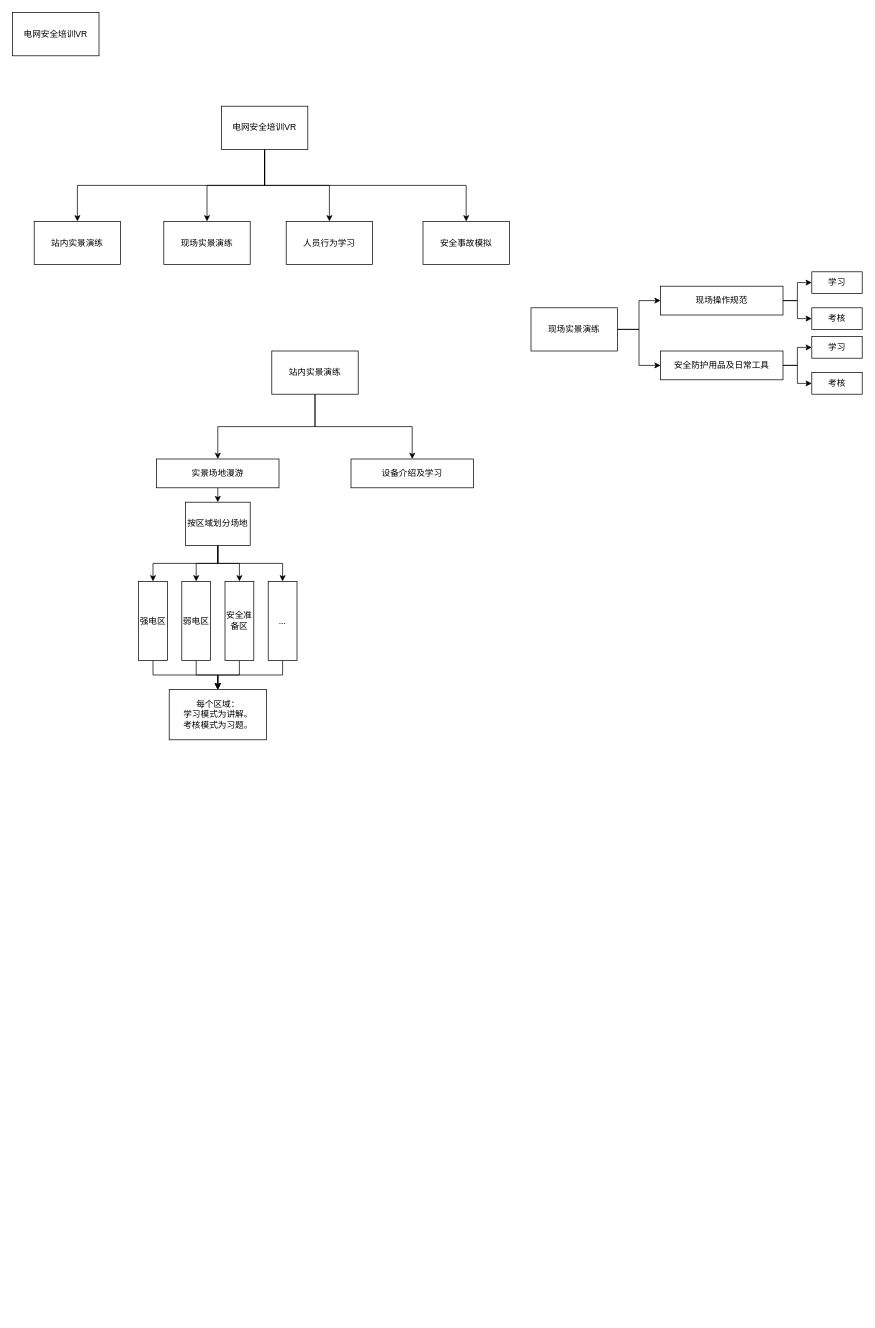
Before: Choor电网安全VR.drawio in 15140252710/OneGithubProject, a draw.io diagram. Source tidied: cells renumbered, new cells numbered last; positions are measured from the earlier drawing's top-left corner, leaving out a move shared by most shapes. Both pictures are drawn from the tidied source at 72%, with x=0, y=0 at pixel (12, 12).
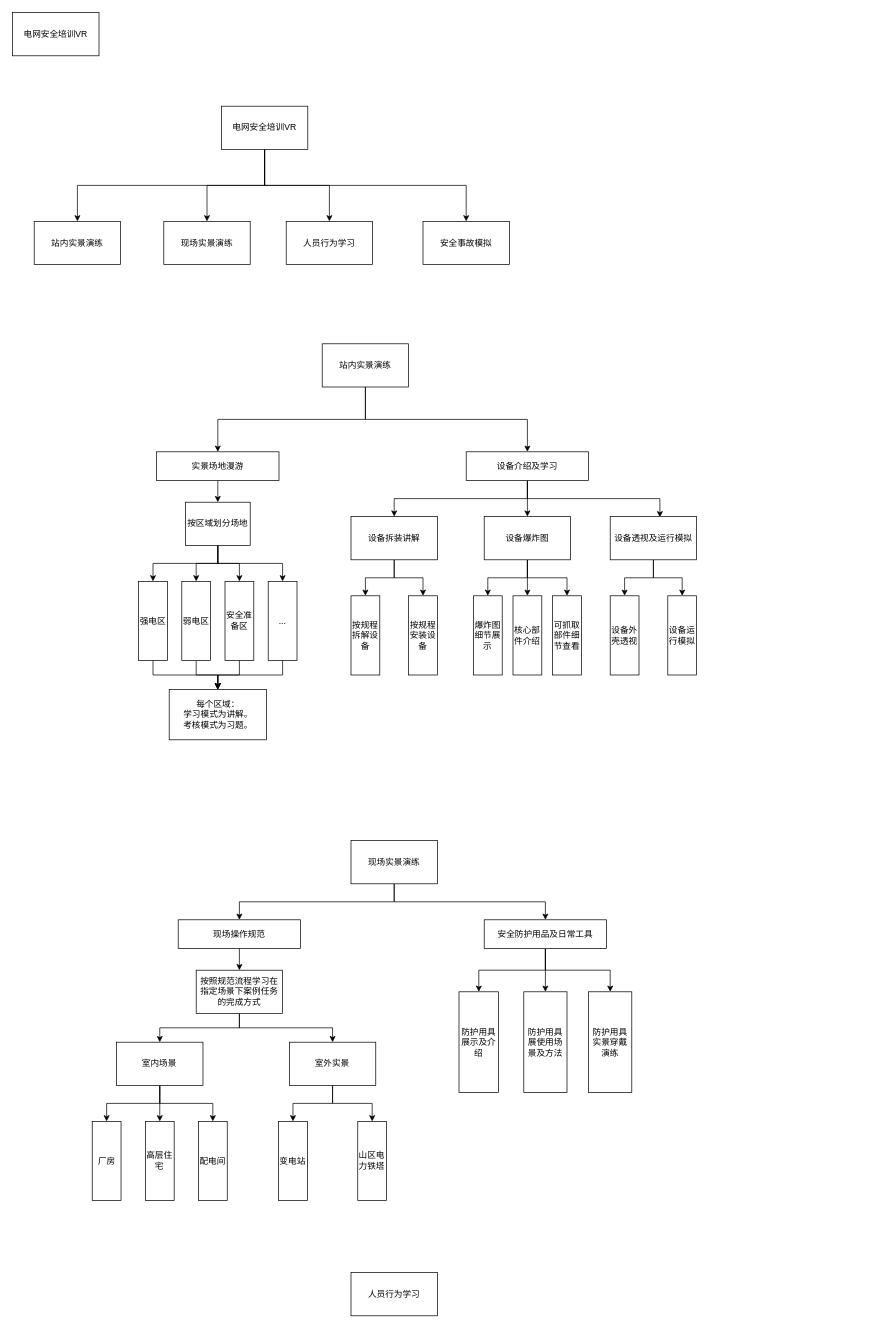
The same page after the edit.

The edit, as a diff of the source:
```diff
@@
     <mxCell id="13" value="&lt;font style=&quot;font-size: 12px&quot;&gt;实景场地漫游&lt;/font&gt;" style="rounded=0;whiteSpace=wrap;html=1;" parent="1" vertex="1">
-      <mxGeometry x="200" y="620" width="170" height="40" as="geometry" />
+      <mxGeometry x="200" y="610" width="170" height="40" as="geometry" />
     </mxCell>
@@
     <mxCell id="16" value="站内实景演练" style="rounded=0;whiteSpace=wrap;html=1;" parent="1" vertex="1">
-      <mxGeometry x="360" y="470" width="120" height="60" as="geometry" />
+      <mxGeometry x="430" y="460" width="120" height="60" as="geometry" />
     </mxCell>
+    <mxCell id="45" style="edgeStyle=orthogonalEdgeStyle;rounded=0;jettySize=auto;html=1;exitX=0.5;exitY=1;exitDx=0;exitDy=0;" parent="1" edge="1" source="17" target="58">
+      <mxGeometry relative="1" as="geometry" />
+    </mxCell>
+    <mxCell id="46" style="edgeStyle=orthogonalEdgeStyle;rounded=0;jettySize=auto;html=1;exitX=0.5;exitY=1;exitDx=0;exitDy=0;entryX=0.5;entryY=0;entryDx=0;entryDy=0;" parent="1" edge="1" source="17" target="55">
+      <mxGeometry relative="1" as="geometry" />
+    </mxCell>
+    <mxCell id="47" style="edgeStyle=orthogonalEdgeStyle;rounded=0;jettySize=auto;html=1;exitX=0.5;exitY=1;exitDx=0;exitDy=0;entryX=0.575;entryY=0.017;entryDx=0;entryDy=0;entryPerimeter=0;" parent="1" edge="1" source="17" target="61">
+      <mxGeometry relative="1" as="geometry" />
+    </mxCell>
     <mxCell id="17" value="&lt;font style=&quot;font-size: 12px&quot;&gt;设备介绍及学习&lt;/font&gt;" style="rounded=0;whiteSpace=wrap;html=1;" parent="1" vertex="1">
-      <mxGeometry x="470" y="620" width="170" height="40" as="geometry" />
+      <mxGeometry x="630" y="610" width="170" height="40" as="geometry" />
     </mxCell>
-    <mxCell id="18" style="edgeStyle=orthogonalEdgeStyle;rounded=0;jettySize=auto;html=1;exitX=1;exitY=0.5;exitDx=0;exitDy=0;entryX=0;entryY=0.5;entryDx=0;entryDy=0;" parent="1" edge="1" source="20" target="24">
-      <mxGeometry relative="1" as="geometry" />
-    </mxCell>
-    <mxCell id="19" style="edgeStyle=orthogonalEdgeStyle;rounded=0;jettySize=auto;html=1;exitX=1;exitY=0.5;exitDx=0;exitDy=0;entryX=0;entryY=0.5;entryDx=0;entryDy=0;" parent="1" edge="1" source="20" target="25">
-      <mxGeometry relative="1" as="geometry" />
-    </mxCell>
+    <mxCell id="48" style="edgeStyle=orthogonalEdgeStyle;rounded=0;jettySize=auto;html=1;exitX=0.5;exitY=1;exitDx=0;exitDy=0;entryX=0.5;entryY=0;entryDx=0;entryDy=0;" parent="1" edge="1" source="20" target="83">
+      <mxGeometry relative="1" as="geometry" />
+    </mxCell>
     <mxCell id="20" value="&lt;font style=&quot;font-size: 12px&quot;&gt;现场操作规范&lt;/font&gt;" style="rounded=0;whiteSpace=wrap;html=1;" parent="1" vertex="1">
-      <mxGeometry x="900" y="380" width="170" height="40" as="geometry" />
+      <mxGeometry x="230" y="1260" width="170" height="40" as="geometry" />
     </mxCell>
+    <mxCell id="22" style="edgeStyle=orthogonalEdgeStyle;rounded=0;jettySize=auto;html=1;exitX=0.5;exitY=1;exitDx=0;exitDy=0;entryX=0.5;entryY=0;entryDx=0;entryDy=0;" parent="1" edge="1" source="23" target="28">
+      <mxGeometry relative="1" as="geometry" />
+    </mxCell>
-    <mxCell id="21" style="edgeStyle=orthogonalEdgeStyle;rounded=0;jettySize=auto;html=1;exitX=1;exitY=0.5;exitDx=0;exitDy=0;entryX=0;entryY=0.5;entryDx=0;entryDy=0;" parent="1" edge="1" source="23" target="20">
+    <mxCell id="21" style="edgeStyle=orthogonalEdgeStyle;rounded=0;jettySize=auto;html=1;exitX=0.5;exitY=1;exitDx=0;exitDy=0;" parent="1" edge="1" source="23" target="20">
       <mxGeometry relative="1" as="geometry" />
     </mxCell>
-    <mxCell id="22" style="edgeStyle=orthogonalEdgeStyle;rounded=0;jettySize=auto;html=1;exitX=1;exitY=0.5;exitDx=0;exitDy=0;entryX=0;entryY=0.5;entryDx=0;entryDy=0;" parent="1" edge="1" source="23" target="28">
-      <mxGeometry relative="1" as="geometry" />
-    </mxCell>
     <mxCell id="23" value="现场实景演练" style="rounded=0;whiteSpace=wrap;html=1;" parent="1" vertex="1">
-      <mxGeometry x="720" y="410" width="120" height="60" as="geometry" />
+      <mxGeometry x="470" y="1150" width="120" height="60" as="geometry" />
     </mxCell>
-    <mxCell id="24" value="&lt;font style=&quot;font-size: 12px&quot;&gt;学习&lt;/font&gt;" style="rounded=0;whiteSpace=wrap;html=1;" parent="1" vertex="1">
-      <mxGeometry x="1110" y="360" width="70" height="30" as="geometry" />
-    </mxCell>
-    <mxCell id="25" value="&lt;font style=&quot;font-size: 12px&quot;&gt;考核&lt;/font&gt;" style="rounded=0;whiteSpace=wrap;html=1;" parent="1" vertex="1">
-      <mxGeometry x="1110" y="410" width="70" height="30" as="geometry" />
-    </mxCell>
-    <mxCell id="26" style="edgeStyle=orthogonalEdgeStyle;rounded=0;jettySize=auto;html=1;exitX=1;exitY=0.5;exitDx=0;exitDy=0;entryX=0;entryY=0.5;entryDx=0;entryDy=0;" parent="1" edge="1" source="28" target="29">
-      <mxGeometry relative="1" as="geometry" />
-    </mxCell>
-    <mxCell id="27" style="edgeStyle=orthogonalEdgeStyle;rounded=0;jettySize=auto;html=1;exitX=1;exitY=0.5;exitDx=0;exitDy=0;entryX=0;entryY=0.5;entryDx=0;entryDy=0;" parent="1" edge="1" source="28" target="30">
-      <mxGeometry relative="1" as="geometry" />
-    </mxCell>
+    <mxCell id="49" style="edgeStyle=orthogonalEdgeStyle;rounded=0;jettySize=auto;html=1;exitX=0.5;exitY=1;exitDx=0;exitDy=0;entryX=0.5;entryY=0;entryDx=0;entryDy=0;" parent="1" edge="1" source="28" target="84">
+      <mxGeometry relative="1" as="geometry" />
+    </mxCell>
+    <mxCell id="50" style="edgeStyle=orthogonalEdgeStyle;rounded=0;jettySize=auto;html=1;exitX=0.5;exitY=1;exitDx=0;exitDy=0;entryX=0.5;entryY=0;entryDx=0;entryDy=0;" parent="1" edge="1" source="28" target="85">
+      <mxGeometry relative="1" as="geometry" />
+    </mxCell>
+    <mxCell id="51" style="edgeStyle=orthogonalEdgeStyle;rounded=0;jettySize=auto;html=1;exitX=0.5;exitY=1;exitDx=0;exitDy=0;entryX=0.5;entryY=0;entryDx=0;entryDy=0;" parent="1" edge="1" source="28" target="86">
+      <mxGeometry relative="1" as="geometry" />
+    </mxCell>
     <mxCell id="28" value="&lt;font face=&quot;宋体&quot;&gt;安全防护用品及日常工具&lt;/font&gt;" style="rounded=0;whiteSpace=wrap;html=1;" parent="1" vertex="1">
-      <mxGeometry x="900" y="470" width="170" height="40" as="geometry" />
+      <mxGeometry x="655" y="1260" width="170" height="40" as="geometry" />
     </mxCell>
-    <mxCell id="29" value="&lt;font style=&quot;font-size: 12px&quot;&gt;学习&lt;/font&gt;" style="rounded=0;whiteSpace=wrap;html=1;" parent="1" vertex="1">
-      <mxGeometry x="1110" y="450" width="70" height="30" as="geometry" />
-    </mxCell>
-    <mxCell id="30" value="&lt;font style=&quot;font-size: 12px&quot;&gt;考核&lt;/font&gt;" style="rounded=0;whiteSpace=wrap;html=1;" parent="1" vertex="1">
-      <mxGeometry x="1110" y="500" width="70" height="30" as="geometry" />
-    </mxCell>
@@
+    <mxCell id="52" style="edgeStyle=orthogonalEdgeStyle;rounded=0;jettySize=auto;html=1;exitX=0.5;exitY=1;exitDx=0;exitDy=0;entryX=0.5;entryY=0;entryDx=0;entryDy=0;" parent="1" edge="1" source="55" target="62">
+      <mxGeometry relative="1" as="geometry" />
+    </mxCell>
+    <mxCell id="53" style="edgeStyle=orthogonalEdgeStyle;rounded=0;jettySize=auto;html=1;exitX=0.5;exitY=1;exitDx=0;exitDy=0;entryX=0.5;entryY=0;entryDx=0;entryDy=0;" parent="1" edge="1" source="55" target="63">
+      <mxGeometry relative="1" as="geometry" />
+    </mxCell>
+    <mxCell id="54" style="edgeStyle=orthogonalEdgeStyle;rounded=0;jettySize=auto;html=1;exitX=0.5;exitY=1;exitDx=0;exitDy=0;entryX=0.5;entryY=0;entryDx=0;entryDy=0;" parent="1" edge="1" source="55" target="64">
+      <mxGeometry relative="1" as="geometry" />
+    </mxCell>
+    <mxCell id="55" value="设备爆炸图" style="rounded=0;whiteSpace=wrap;html=1;" parent="1" vertex="1">
+      <mxGeometry x="655" y="700" width="120" height="60" as="geometry" />
+    </mxCell>
+    <mxCell id="56" style="edgeStyle=orthogonalEdgeStyle;rounded=0;jettySize=auto;html=1;exitX=0.5;exitY=1;exitDx=0;exitDy=0;entryX=0.5;entryY=0;entryDx=0;entryDy=0;" parent="1" edge="1" source="58" target="65">
+      <mxGeometry relative="1" as="geometry" />
+    </mxCell>
+    <mxCell id="57" style="edgeStyle=orthogonalEdgeStyle;rounded=0;jettySize=auto;html=1;exitX=0.5;exitY=1;exitDx=0;exitDy=0;entryX=0.5;entryY=0;entryDx=0;entryDy=0;" parent="1" edge="1" source="58" target="66">
+      <mxGeometry relative="1" as="geometry" />
+    </mxCell>
+    <mxCell id="58" value="设备拆装讲解" style="rounded=0;whiteSpace=wrap;html=1;" parent="1" vertex="1">
+      <mxGeometry x="470" y="700" width="120" height="60" as="geometry" />
+    </mxCell>
+    <mxCell id="59" style="edgeStyle=orthogonalEdgeStyle;rounded=0;jettySize=auto;html=1;exitX=0.5;exitY=1;exitDx=0;exitDy=0;entryX=0.5;entryY=0;entryDx=0;entryDy=0;" parent="1" edge="1" source="61" target="67">
+      <mxGeometry relative="1" as="geometry" />
+    </mxCell>
+    <mxCell id="60" style="edgeStyle=orthogonalEdgeStyle;rounded=0;jettySize=auto;html=1;exitX=0.5;exitY=1;exitDx=0;exitDy=0;entryX=0.5;entryY=0;entryDx=0;entryDy=0;" parent="1" edge="1" source="61" target="68">
+      <mxGeometry relative="1" as="geometry" />
+    </mxCell>
+    <mxCell id="61" value="设备透视及运行模拟" style="rounded=0;whiteSpace=wrap;html=1;" parent="1" vertex="1">
+      <mxGeometry x="830" y="700" width="120" height="60" as="geometry" />
+    </mxCell>
+    <mxCell id="62" value="爆炸图细节展示" style="rounded=0;whiteSpace=wrap;html=1;" parent="1" vertex="1">
+      <mxGeometry x="640" y="810" width="40" height="110" as="geometry" />
+    </mxCell>
+    <mxCell id="63" value="核心部件介绍" style="rounded=0;whiteSpace=wrap;html=1;" parent="1" vertex="1">
+      <mxGeometry x="695" y="810" width="40" height="110" as="geometry" />
+    </mxCell>
+    <mxCell id="64" value="可抓取部件细节查看" style="rounded=0;whiteSpace=wrap;html=1;" parent="1" vertex="1">
+      <mxGeometry x="750" y="810" width="40" height="110" as="geometry" />
+    </mxCell>
+    <mxCell id="65" value="按规程拆解设备" style="rounded=0;whiteSpace=wrap;html=1;" parent="1" vertex="1">
+      <mxGeometry x="470" y="810" width="40" height="110" as="geometry" />
+    </mxCell>
+    <mxCell id="66" value="按规程安装设备" style="rounded=0;whiteSpace=wrap;html=1;" parent="1" vertex="1">
+      <mxGeometry x="550" y="810" width="40" height="110" as="geometry" />
+    </mxCell>
+    <mxCell id="67" value="设备外壳透视" style="rounded=0;whiteSpace=wrap;html=1;" parent="1" vertex="1">
+      <mxGeometry x="830" y="810" width="40" height="110" as="geometry" />
+    </mxCell>
+    <mxCell id="68" value="设备运行模拟" style="rounded=0;whiteSpace=wrap;html=1;" parent="1" vertex="1">
+      <mxGeometry x="910" y="810" width="40" height="110" as="geometry" />
+    </mxCell>
+    <mxCell id="69" style="edgeStyle=orthogonalEdgeStyle;rounded=0;jettySize=auto;html=1;exitX=0.5;exitY=1;exitDx=0;exitDy=0;entryX=0.5;entryY=0;entryDx=0;entryDy=0;" parent="1" edge="1" source="72" target="78">
+      <mxGeometry relative="1" as="geometry" />
+    </mxCell>
+    <mxCell id="70" style="edgeStyle=orthogonalEdgeStyle;rounded=0;jettySize=auto;html=1;exitX=0.5;exitY=1;exitDx=0;exitDy=0;entryX=0.5;entryY=0;entryDx=0;entryDy=0;" parent="1" edge="1" source="72" target="79">
+      <mxGeometry relative="1" as="geometry" />
+    </mxCell>
+    <mxCell id="71" style="edgeStyle=orthogonalEdgeStyle;rounded=0;jettySize=auto;html=1;exitX=0.5;exitY=1;exitDx=0;exitDy=0;entryX=0.5;entryY=0;entryDx=0;entryDy=0;" parent="1" edge="1" source="72" target="80">
+      <mxGeometry relative="1" as="geometry" />
+    </mxCell>
+    <mxCell id="72" value="室内场景" style="rounded=0;whiteSpace=wrap;html=1;" parent="1" vertex="1">
+      <mxGeometry x="144.4" y="1430" width="120" height="60" as="geometry" />
+    </mxCell>
+    <mxCell id="73" style="edgeStyle=orthogonalEdgeStyle;rounded=0;jettySize=auto;html=1;exitX=0.5;exitY=1;exitDx=0;exitDy=0;entryX=0.5;entryY=0;entryDx=0;entryDy=0;" parent="1" edge="1" source="75" target="76">
+      <mxGeometry relative="1" as="geometry" />
+    </mxCell>
+    <mxCell id="74" style="edgeStyle=orthogonalEdgeStyle;rounded=0;jettySize=auto;html=1;exitX=0.5;exitY=1;exitDx=0;exitDy=0;" parent="1" edge="1" source="75" target="77">
+      <mxGeometry relative="1" as="geometry" />
+    </mxCell>
+    <mxCell id="75" value="室外实景" style="rounded=0;whiteSpace=wrap;html=1;" parent="1" vertex="1">
+      <mxGeometry x="384.4" y="1430" width="120" height="60" as="geometry" />
+    </mxCell>
+    <mxCell id="76" value="变电站" style="rounded=0;whiteSpace=wrap;html=1;" parent="1" vertex="1">
+      <mxGeometry x="369.4" y="1540" width="40" height="110" as="geometry" />
+    </mxCell>
+    <mxCell id="77" value="山区电力铁塔" style="rounded=0;whiteSpace=wrap;html=1;" parent="1" vertex="1">
+      <mxGeometry x="479.4" y="1540" width="40" height="110" as="geometry" />
+    </mxCell>
+    <mxCell id="78" value="厂房" style="rounded=0;whiteSpace=wrap;html=1;" parent="1" vertex="1">
+      <mxGeometry x="110.6" y="1540" width="40" height="110" as="geometry" />
+    </mxCell>
+    <mxCell id="79" value="高层住宅" style="rounded=0;whiteSpace=wrap;html=1;" parent="1" vertex="1">
+      <mxGeometry x="184.4" y="1540" width="40" height="110" as="geometry" />
+    </mxCell>
+    <mxCell id="80" value="配电间" style="rounded=0;whiteSpace=wrap;html=1;" parent="1" vertex="1">
+      <mxGeometry x="258.1" y="1540" width="40" height="110" as="geometry" />
+    </mxCell>
+    <mxCell id="81" style="edgeStyle=orthogonalEdgeStyle;rounded=0;jettySize=auto;html=1;exitX=0.5;exitY=1;exitDx=0;exitDy=0;" parent="1" edge="1" source="83" target="72">
+      <mxGeometry relative="1" as="geometry" />
+    </mxCell>
+    <mxCell id="82" style="edgeStyle=orthogonalEdgeStyle;rounded=0;jettySize=auto;html=1;exitX=0.5;exitY=1;exitDx=0;exitDy=0;entryX=0.5;entryY=0;entryDx=0;entryDy=0;" parent="1" edge="1" source="83" target="75">
+      <mxGeometry relative="1" as="geometry" />
+    </mxCell>
+    <mxCell id="83" value="按照规范流程学习在指定场景下案例任务的完成方式" style="rounded=0;whiteSpace=wrap;html=1;" parent="1" vertex="1">
+      <mxGeometry x="255" y="1330" width="120" height="60" as="geometry" />
+    </mxCell>
+    <mxCell id="84" value="防护用具展示及介绍" style="rounded=0;whiteSpace=wrap;html=1;" parent="1" vertex="1">
+      <mxGeometry x="620" y="1360" width="55" height="140" as="geometry" />
+    </mxCell>
+    <mxCell id="85" value="防护用具展使用场景及方法" style="rounded=0;whiteSpace=wrap;html=1;" parent="1" vertex="1">
+      <mxGeometry x="710" y="1360" width="60" height="140" as="geometry" />
+    </mxCell>
+    <mxCell id="86" value="防护用具实景穿戴演练" style="rounded=0;whiteSpace=wrap;html=1;" parent="1" vertex="1">
+      <mxGeometry x="800" y="1360" width="60" height="140" as="geometry" />
+    </mxCell>
+    <mxCell id="87" value="人员行为学习" style="rounded=0;whiteSpace=wrap;html=1;" parent="1" vertex="1">
+      <mxGeometry x="470" y="1750" width="120" height="60" as="geometry" />
+    </mxCell>
```
